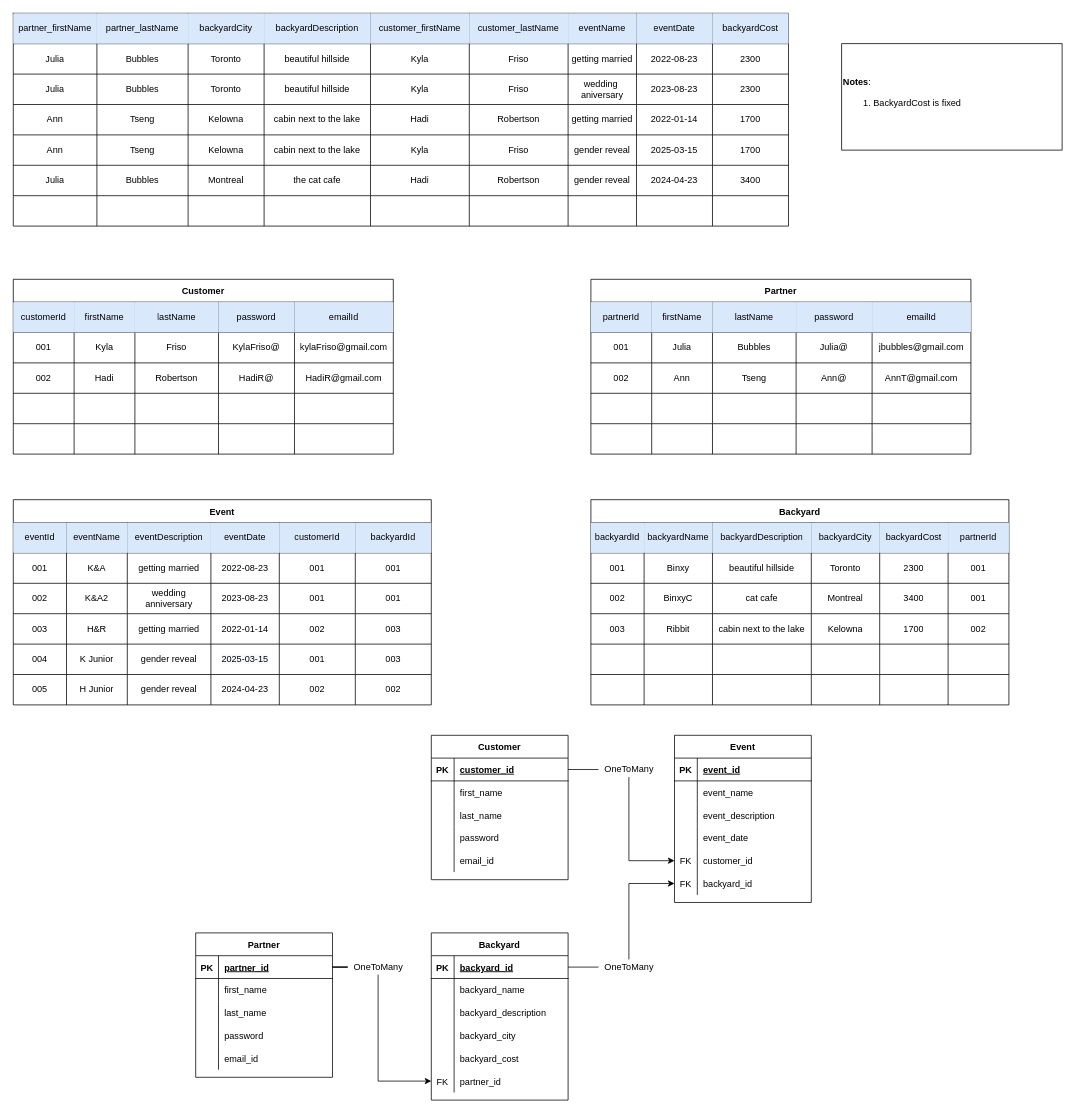
This is backyardbackend/src/main/resources/weddingApp.drawio from garengh4/weddingapp-java-2, a draw.io file, before an edit. Source tidied: cells renumbered, new cells numbered last; positions are measured from the earlier drawing's top-left corner, leaving out a move shared by most shapes. Both pictures are drawn from the tidied source at 76%, with x=0, y=0 at pixel (13, 13).
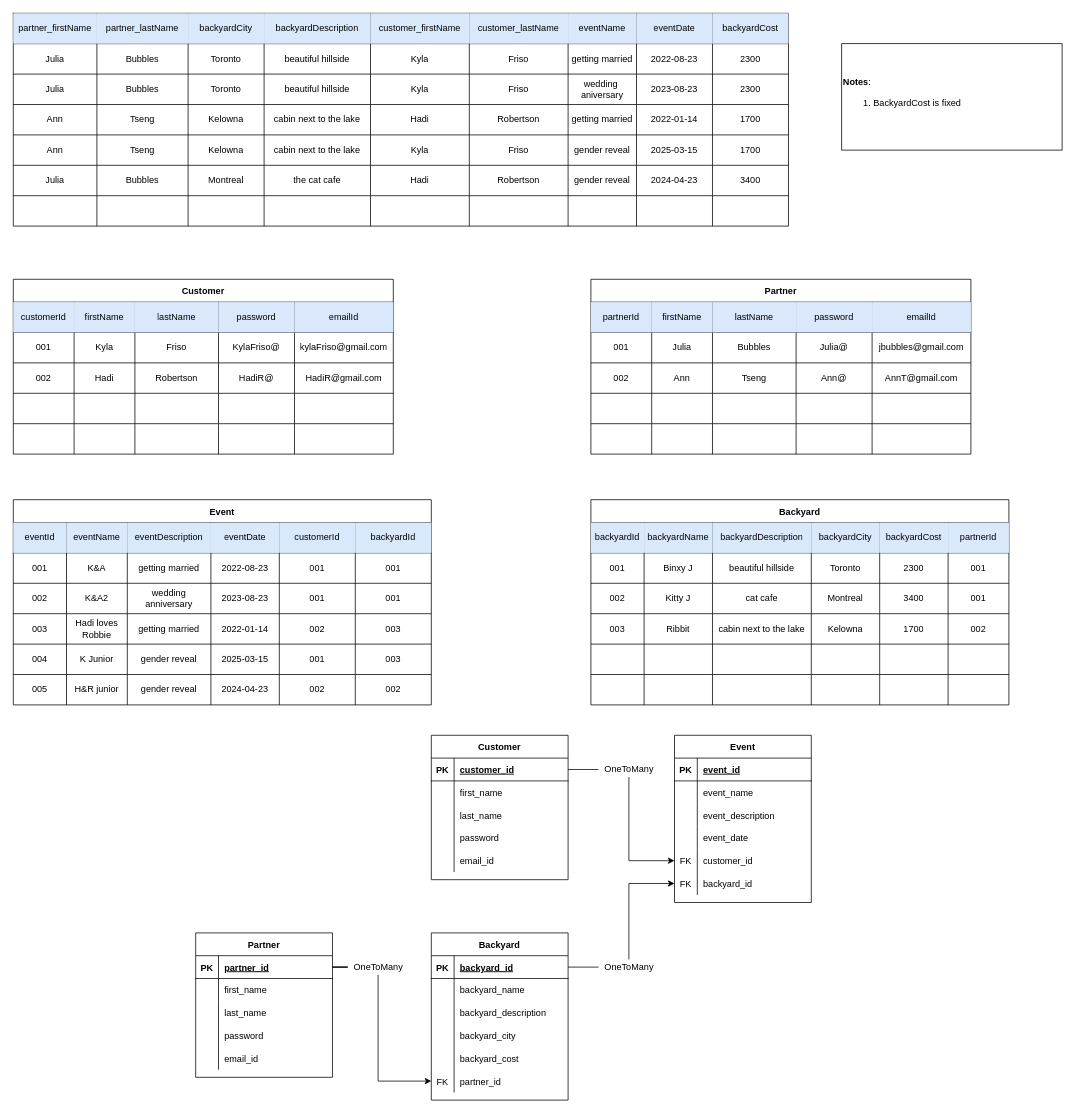
The same page after the edit.

Commit message (it also covers changes not shown here):
added password to sql and change a few things

The change refers to these unchanged cells:
```xml
<mxCell id="126" style="shape=tableRow;horizontal=0;startSize=0;swimlaneHead=0;swimlaneBody=0;top=0;left=0;bottom=0;right=0;fillColor=none;" parent="104" vertex="1">
  <mxGeometry y="150" width="550" height="40" as="geometry" />
</mxCell>
<mxCell id="140" style="shape=tableRow;horizontal=0;startSize=0;swimlaneHead=0;swimlaneBody=0;top=0;left=0;bottom=0;right=0;fillColor=none;" parent="104" vertex="1">
  <mxGeometry y="230" width="550" height="40" as="geometry" />
</mxCell>
<mxCell id="186" style="shape=tableRow;horizontal=0;startSize=0;swimlaneHead=0;swimlaneBody=0;top=0;left=0;bottom=0;right=0;fillColor=none;" parent="178" vertex="1">
  <mxGeometry y="70" width="550" height="40" as="geometry" />
</mxCell>
<mxCell id="193" style="shape=tableRow;horizontal=0;startSize=0;swimlaneHead=0;swimlaneBody=0;top=0;left=0;bottom=0;right=0;fillColor=none;" parent="178" vertex="1">
  <mxGeometry y="110" width="550" height="40" as="geometry" />
</mxCell>
```

What changed in the source:
```diff
@@
-    <mxCell id="128" value="H&amp;amp;R" style="shape=partialRectangle;html=1;whiteSpace=wrap;fillColor=none;top=0;left=0;bottom=0;right=0;overflow=hidden;" parent="126" vertex="1">
+    <mxCell id="128" value="Hadi loves Robbie" style="shape=partialRectangle;html=1;whiteSpace=wrap;fillColor=none;top=0;left=0;bottom=0;right=0;overflow=hidden;" parent="126" vertex="1">
       <mxGeometry x="70" width="80" height="40" as="geometry" />
     </mxCell>
@@
-    <mxCell id="142" value="H Junior" style="shape=partialRectangle;html=1;whiteSpace=wrap;fillColor=none;top=0;left=0;bottom=0;right=0;overflow=hidden;" parent="140" vertex="1">
+    <mxCell id="142" value="H&amp;amp;R junior" style="shape=partialRectangle;html=1;whiteSpace=wrap;fillColor=none;top=0;left=0;bottom=0;right=0;overflow=hidden;" parent="140" vertex="1">
       <mxGeometry x="70" width="80" height="40" as="geometry" />
     </mxCell>
@@
-    <mxCell id="188" value="Binxy" style="shape=partialRectangle;html=1;whiteSpace=wrap;fillColor=none;top=0;left=0;bottom=0;right=0;overflow=hidden;" parent="186" vertex="1">
+    <mxCell id="188" value="Binxy J" style="shape=partialRectangle;html=1;whiteSpace=wrap;fillColor=none;top=0;left=0;bottom=0;right=0;overflow=hidden;" parent="186" vertex="1">
       <mxGeometry x="70" width="90" height="40" as="geometry" />
     </mxCell>
@@
-    <mxCell id="195" value="BinxyC" style="shape=partialRectangle;html=1;whiteSpace=wrap;fillColor=none;top=0;left=0;bottom=0;right=0;overflow=hidden;" parent="193" vertex="1">
+    <mxCell id="195" value="Kitty J" style="shape=partialRectangle;html=1;whiteSpace=wrap;fillColor=none;top=0;left=0;bottom=0;right=0;overflow=hidden;" parent="193" vertex="1">
       <mxGeometry x="70" width="90" height="40" as="geometry" />
     </mxCell>
```
